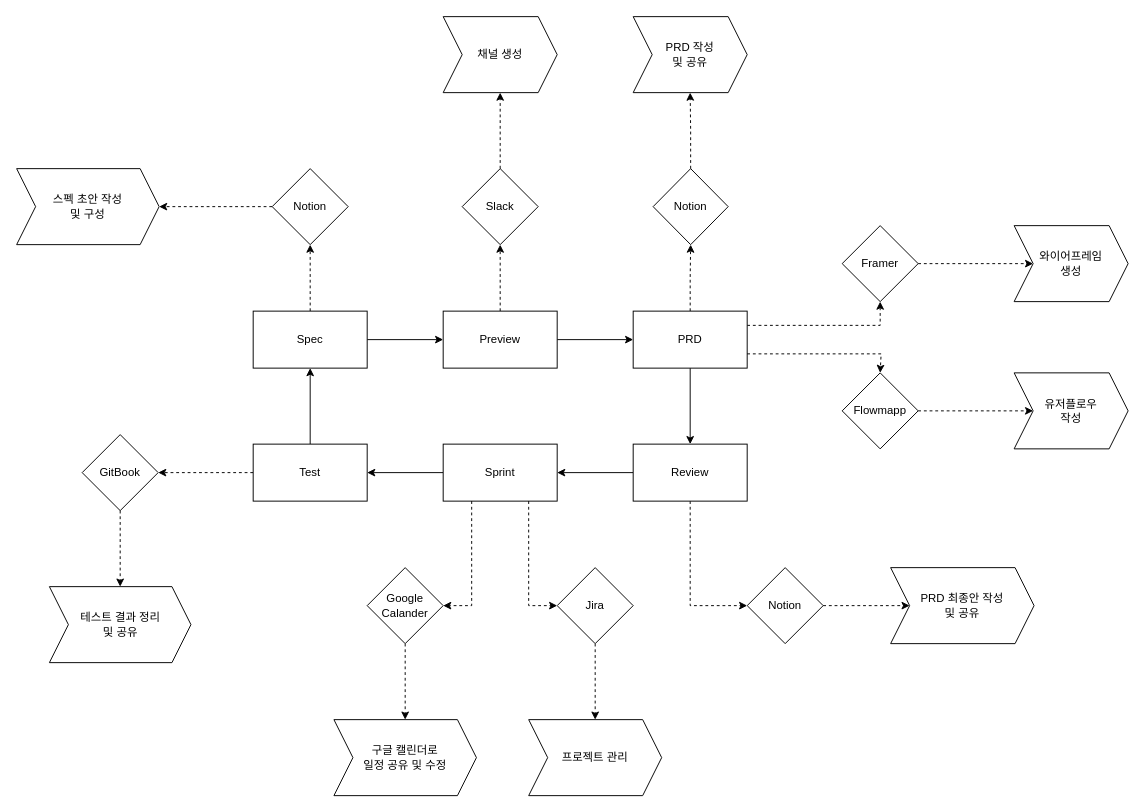
zole77/for_PM keeps this draw.io diagram as Untitled Diagram.drawio. Above is the earlier version. Source tidied: cells renumbered, new cells numbered last; positions are measured from the earlier drawing's top-left corner, leaving out a move shared by most shapes. Both pictures are drawn from the tidied source at 95%, with x=0, y=0 at pixel (16, 16).
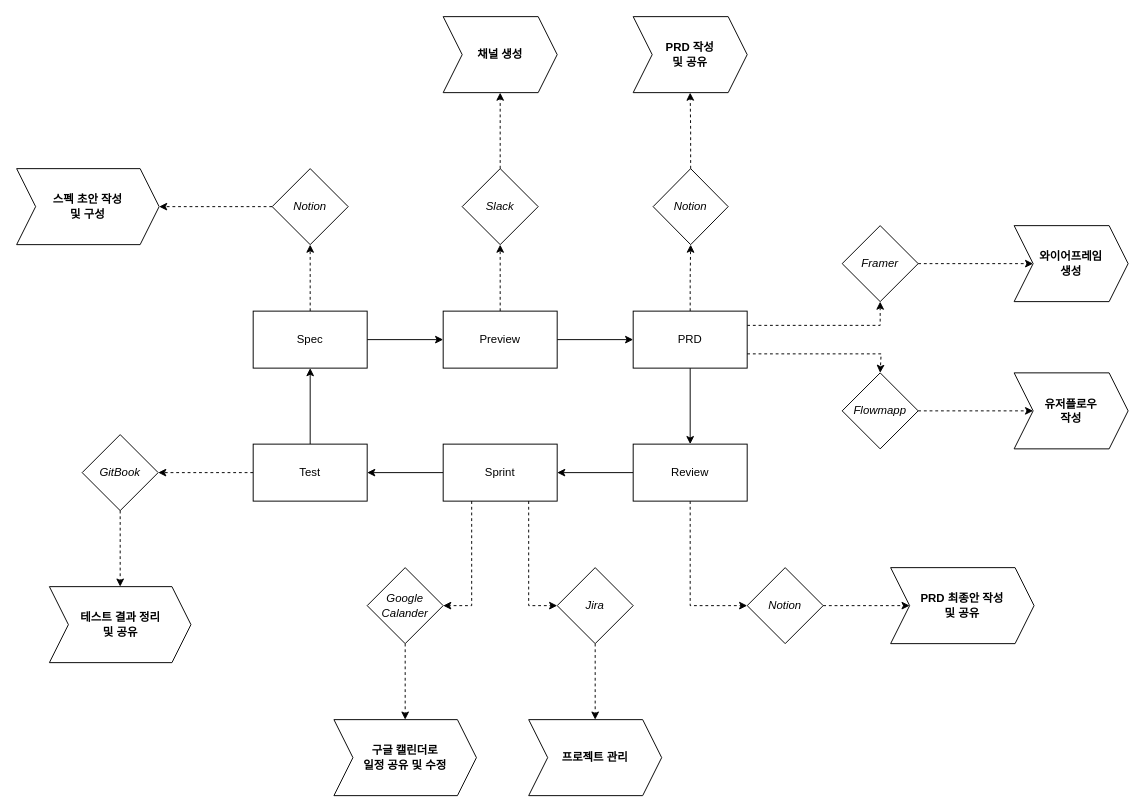
The same diagram, later.

The edit, as a diff of the source:
```diff
@@
-    <mxCell id="4" value="Spec" style="rounded=0;whiteSpace=wrap;html=1;" parent="1" vertex="1">
+    <mxCell id="4" value="Spec" style="rounded=0;whiteSpace=wrap;html=1;fontStyle=0;" parent="1" vertex="1">
       <mxGeometry x="249" y="310" width="120" height="60" as="geometry" />
     </mxCell>
@@
-    <mxCell id="7" value="Preview" style="rounded=0;whiteSpace=wrap;html=1;" parent="1" vertex="1">
+    <mxCell id="7" value="Preview" style="rounded=0;whiteSpace=wrap;html=1;fontStyle=0;" parent="1" vertex="1">
       <mxGeometry x="449" y="310" width="120" height="60" as="geometry" />
     </mxCell>
@@
-    <mxCell id="11" value="PRD" style="rounded=0;whiteSpace=wrap;html=1;" parent="1" vertex="1">
+    <mxCell id="11" value="PRD" style="rounded=0;whiteSpace=wrap;html=1;fontStyle=0;" parent="1" vertex="1">
       <mxGeometry x="649" y="310" width="120" height="60" as="geometry" />
     </mxCell>
@@
-    <mxCell id="14" value="Review" style="rounded=0;whiteSpace=wrap;html=1;" parent="1" vertex="1">
+    <mxCell id="14" value="Review" style="rounded=0;whiteSpace=wrap;html=1;fontStyle=0;" parent="1" vertex="1">
       <mxGeometry x="649" y="450" width="120" height="60" as="geometry" />
     </mxCell>
@@
-    <mxCell id="16" value="Sprint" style="rounded=0;whiteSpace=wrap;html=1;" parent="1" vertex="1">
+    <mxCell id="16" value="Sprint" style="rounded=0;whiteSpace=wrap;html=1;fontStyle=0;" parent="1" vertex="1">
       <mxGeometry x="449" y="450" width="120" height="60" as="geometry" />
     </mxCell>
@@
-    <mxCell id="19" value="Test" style="rounded=0;whiteSpace=wrap;html=1;" parent="1" vertex="1">
+    <mxCell id="19" value="Test" style="rounded=0;whiteSpace=wrap;html=1;fontStyle=0;" parent="1" vertex="1">
       <mxGeometry x="249" y="450" width="120" height="60" as="geometry" />
     </mxCell>
@@
-    <mxCell id="21" value="Notion" style="rhombus;whiteSpace=wrap;html=1;rounded=0;" parent="1" vertex="1">
+    <mxCell id="21" value="Notion" style="rhombus;whiteSpace=wrap;html=1;rounded=0;fontStyle=2;" parent="1" vertex="1">
       <mxGeometry x="269" y="160" width="80" height="80" as="geometry" />
     </mxCell>
-    <mxCell id="22" value="스펙 초안 작성&lt;br&gt;및 구성" style="shape=step;perimeter=stepPerimeter;whiteSpace=wrap;html=1;fixedSize=1;rounded=0;" parent="1" vertex="1">
+    <mxCell id="22" value="스펙 초안 작성&lt;br&gt;및 구성" style="shape=step;perimeter=stepPerimeter;whiteSpace=wrap;html=1;fixedSize=1;rounded=0;fontStyle=1;" parent="1" vertex="1">
       <mxGeometry y="160" width="150" height="80" as="geometry" />
     </mxCell>
@@
-    <mxCell id="24" value="Slack" style="rhombus;whiteSpace=wrap;html=1;rounded=0;" parent="1" vertex="1">
+    <mxCell id="24" value="Slack" style="rhombus;whiteSpace=wrap;html=1;rounded=0;fontStyle=2;" parent="1" vertex="1">
       <mxGeometry x="469" y="160" width="80" height="80" as="geometry" />
     </mxCell>
-    <mxCell id="25" value="채널 생성" style="shape=step;perimeter=stepPerimeter;whiteSpace=wrap;html=1;fixedSize=1;rounded=0;" parent="1" vertex="1">
+    <mxCell id="25" value="채널 생성" style="shape=step;perimeter=stepPerimeter;whiteSpace=wrap;html=1;fixedSize=1;rounded=0;fontStyle=1;" parent="1" vertex="1">
       <mxGeometry x="449" width="120" height="80" as="geometry" />
     </mxCell>
@@
-    <mxCell id="27" value="Notion" style="rhombus;whiteSpace=wrap;html=1;rounded=0;" parent="1" vertex="1">
+    <mxCell id="27" value="Notion" style="rhombus;whiteSpace=wrap;html=1;rounded=0;fontStyle=2;" parent="1" vertex="1">
       <mxGeometry x="670" y="160" width="79" height="80" as="geometry" />
     </mxCell>
@@
-    <mxCell id="29" value="Google&lt;br&gt;Calander" style="rhombus;whiteSpace=wrap;html=1;rounded=0;" parent="1" vertex="1">
+    <mxCell id="29" value="Google&lt;br&gt;Calander" style="rhombus;whiteSpace=wrap;html=1;rounded=0;fontStyle=2;" parent="1" vertex="1">
       <mxGeometry x="369" y="580" width="80" height="80" as="geometry" />
     </mxCell>
@@
-    <mxCell id="33" value="Jira" style="rhombus;whiteSpace=wrap;html=1;rounded=0;" parent="1" vertex="1">
+    <mxCell id="33" value="Jira" style="rhombus;whiteSpace=wrap;html=1;rounded=0;fontStyle=2;" parent="1" vertex="1">
       <mxGeometry x="569" y="580" width="80" height="80" as="geometry" />
     </mxCell>
-    <mxCell id="34" value="구글 캘린더로&lt;br&gt;일정 공유 및 수정" style="shape=step;perimeter=stepPerimeter;whiteSpace=wrap;html=1;fixedSize=1;rounded=0;" parent="1" vertex="1">
+    <mxCell id="34" value="구글 캘린더로&lt;br&gt;일정 공유 및 수정" style="shape=step;perimeter=stepPerimeter;whiteSpace=wrap;html=1;fixedSize=1;rounded=0;fontStyle=1;" parent="1" vertex="1">
       <mxGeometry x="334" y="740" width="150" height="80" as="geometry" />
     </mxCell>
-    <mxCell id="35" value="프로젝트 관리" style="shape=step;perimeter=stepPerimeter;whiteSpace=wrap;html=1;fixedSize=1;rounded=0;" parent="1" vertex="1">
+    <mxCell id="35" value="프로젝트 관리" style="shape=step;perimeter=stepPerimeter;whiteSpace=wrap;html=1;fixedSize=1;rounded=0;fontStyle=1;" parent="1" vertex="1">
       <mxGeometry x="539" y="740" width="140" height="80" as="geometry" />
     </mxCell>
@@
-    <mxCell id="37" value="PRD 작성&lt;br&gt;및 공유" style="shape=step;perimeter=stepPerimeter;whiteSpace=wrap;html=1;fixedSize=1;rounded=0;" parent="1" vertex="1">
+    <mxCell id="37" value="PRD 작성&lt;br&gt;및 공유" style="shape=step;perimeter=stepPerimeter;whiteSpace=wrap;html=1;fixedSize=1;rounded=0;fontStyle=1;" parent="1" vertex="1">
       <mxGeometry x="649" width="120" height="80" as="geometry" />
     </mxCell>
@@
-    <mxCell id="41" value="Framer" style="rhombus;whiteSpace=wrap;html=1;rounded=0;" parent="1" vertex="1">
+    <mxCell id="41" value="Framer" style="rhombus;whiteSpace=wrap;html=1;rounded=0;fontStyle=2;" parent="1" vertex="1">
       <mxGeometry x="869" y="220" width="80" height="80" as="geometry" />
     </mxCell>
-    <mxCell id="42" value="와이어프레임&lt;br&gt;생성" style="shape=step;perimeter=stepPerimeter;whiteSpace=wrap;html=1;fixedSize=1;rounded=0;" parent="1" vertex="1">
+    <mxCell id="42" value="와이어프레임&lt;br&gt;생성" style="shape=step;perimeter=stepPerimeter;whiteSpace=wrap;html=1;fixedSize=1;rounded=0;fontStyle=1;" parent="1" vertex="1">
       <mxGeometry x="1050" y="220" width="120" height="80" as="geometry" />
     </mxCell>
@@
-    <mxCell id="44" value="Flowmapp" style="rhombus;whiteSpace=wrap;html=1;rounded=0;" parent="1" vertex="1">
+    <mxCell id="44" value="Flowmapp" style="rhombus;whiteSpace=wrap;html=1;rounded=0;fontStyle=2;" parent="1" vertex="1">
       <mxGeometry x="869" y="375" width="80" height="80" as="geometry" />
     </mxCell>
-    <mxCell id="45" value="유저플로우&lt;br&gt;작성" style="shape=step;perimeter=stepPerimeter;whiteSpace=wrap;html=1;fixedSize=1;rounded=0;" parent="1" vertex="1">
+    <mxCell id="45" value="유저플로우&lt;br&gt;작성" style="shape=step;perimeter=stepPerimeter;whiteSpace=wrap;html=1;fixedSize=1;rounded=0;fontStyle=1;" parent="1" vertex="1">
       <mxGeometry x="1050" y="375" width="120" height="80" as="geometry" />
     </mxCell>
@@
-    <mxCell id="48" value="GitBook" style="rhombus;whiteSpace=wrap;html=1;rounded=0;" parent="1" vertex="1">
+    <mxCell id="48" value="GitBook" style="rhombus;whiteSpace=wrap;html=1;rounded=0;fontStyle=2;" parent="1" vertex="1">
       <mxGeometry x="69" y="440" width="80" height="80" as="geometry" />
     </mxCell>
-    <mxCell id="49" value="테스트 결과 정리&lt;br&gt;및 공유" style="shape=step;perimeter=stepPerimeter;whiteSpace=wrap;html=1;fixedSize=1;rounded=0;" parent="1" vertex="1">
+    <mxCell id="49" value="테스트 결과 정리&lt;br&gt;및 공유" style="shape=step;perimeter=stepPerimeter;whiteSpace=wrap;html=1;fixedSize=1;rounded=0;fontStyle=1;" parent="1" vertex="1">
       <mxGeometry x="34.5" y="600" width="149" height="80" as="geometry" />
     </mxCell>
@@
-    <mxCell id="51" value="Notion" style="rhombus;whiteSpace=wrap;html=1;rounded=0;" parent="1" vertex="1">
+    <mxCell id="51" value="Notion" style="rhombus;whiteSpace=wrap;html=1;rounded=0;fontStyle=2;" parent="1" vertex="1">
       <mxGeometry x="769" y="580" width="80" height="80" as="geometry" />
     </mxCell>
-    <mxCell id="52" value="PRD 최종안 작성&lt;br&gt;및 공유" style="shape=step;perimeter=stepPerimeter;whiteSpace=wrap;html=1;fixedSize=1;rounded=0;" parent="1" vertex="1">
+    <mxCell id="52" value="PRD 최종안 작성&lt;br&gt;및 공유" style="shape=step;perimeter=stepPerimeter;whiteSpace=wrap;html=1;fixedSize=1;rounded=0;fontStyle=1;" parent="1" vertex="1">
       <mxGeometry x="920" y="580" width="151" height="80" as="geometry" />
     </mxCell>
```
